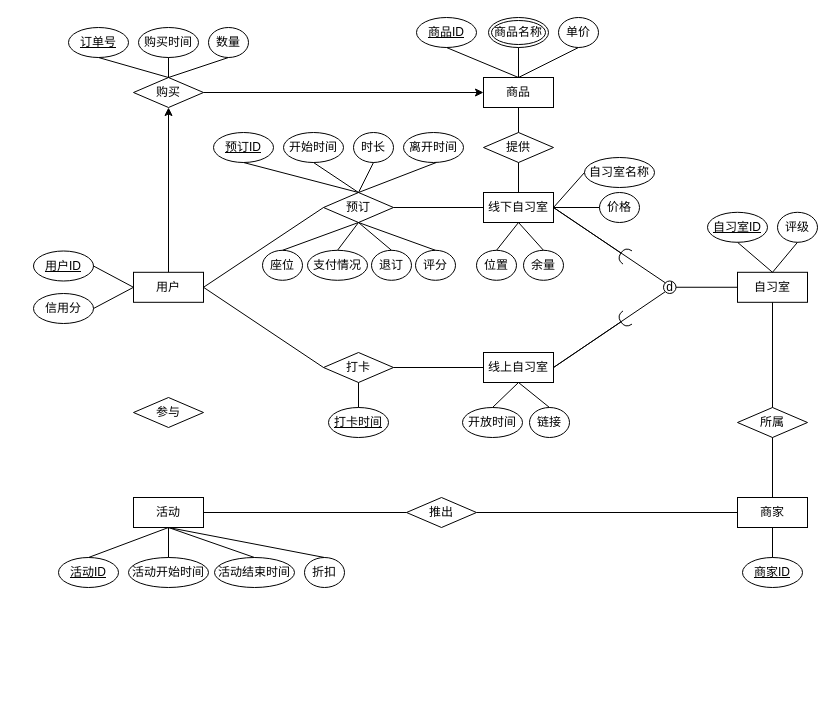
Above: 未命名绘图.drawio in wuhongmei/pic (draw.io), before the change. Source tidied: cells renumbered, new cells numbered last; positions are measured from the earlier drawing's top-left corner, leaving out a move shared by most shapes. Both pictures are drawn from the tidied source at 100%, with x=0, y=0 at pixel (33, 17).
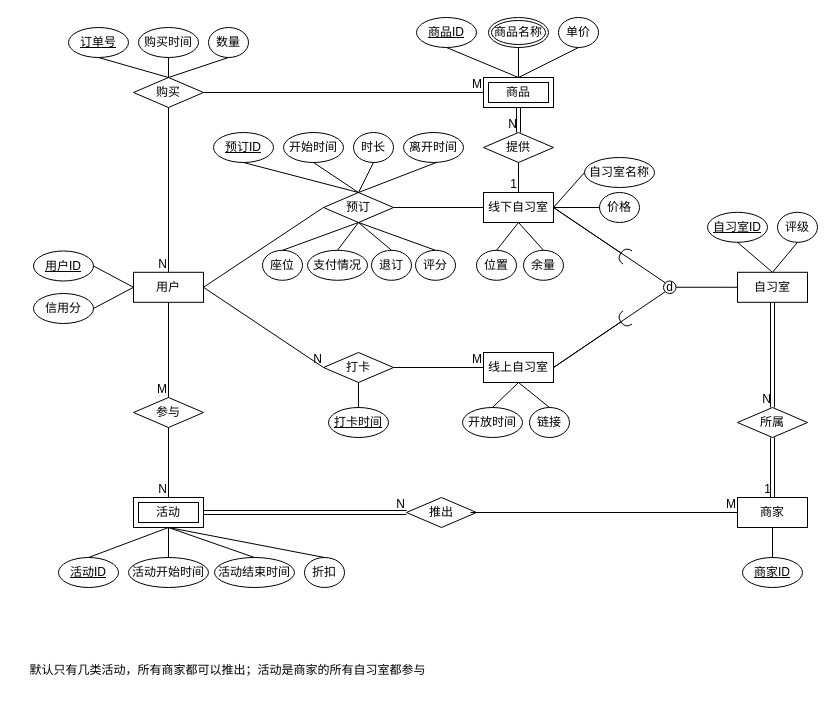
After the change.

The change refers to these unchanged cells:
```xml
<mxCell id="2" value="线上自习室" style="whiteSpace=wrap;html=1;align=center;" parent="1" vertex="1">
  <mxGeometry x="450" y="335" width="70" height="30" as="geometry" />
</mxCell>
<mxCell id="4" value="用户" style="whiteSpace=wrap;html=1;align=center;" parent="1" vertex="1">
  <mxGeometry x="100" y="254.8" width="70" height="30" as="geometry" />
</mxCell>
<mxCell id="5" value="商家" style="whiteSpace=wrap;html=1;align=center;" parent="1" vertex="1">
  <mxGeometry x="704" y="480" width="70" height="30" as="geometry" />
</mxCell>
<mxCell id="7" value="打卡" style="shape=rhombus;perimeter=rhombusPerimeter;whiteSpace=wrap;html=1;align=center;" parent="1" vertex="1">
  <mxGeometry x="290" y="335" width="70" height="30" as="geometry" />
</mxCell>
<mxCell id="8" value="线下自习室" style="whiteSpace=wrap;html=1;align=center;" parent="1" vertex="1">
  <mxGeometry x="450" y="175" width="70" height="30" as="geometry" />
</mxCell>
<mxCell id="9" value="自习室" style="whiteSpace=wrap;html=1;align=center;" parent="1" vertex="1">
  <mxGeometry x="704" y="254.8" width="70" height="30" as="geometry" />
</mxCell>
<mxCell id="18" value="购买" style="shape=rhombus;perimeter=rhombusPerimeter;whiteSpace=wrap;html=1;align=center;" parent="1" vertex="1">
  <mxGeometry x="100" y="60" width="70" height="30" as="geometry" />
</mxCell>
<mxCell id="19" value="提供" style="shape=rhombus;perimeter=rhombusPerimeter;whiteSpace=wrap;html=1;align=center;" parent="1" vertex="1">
  <mxGeometry x="450" y="115" width="70" height="30" as="geometry" />
</mxCell>
<mxCell id="20" value="所属" style="shape=rhombus;perimeter=rhombusPerimeter;whiteSpace=wrap;html=1;align=center;" parent="1" vertex="1">
  <mxGeometry x="704" y="390" width="70" height="30" as="geometry" />
</mxCell>
<mxCell id="22" value="推出" style="shape=rhombus;perimeter=rhombusPerimeter;whiteSpace=wrap;html=1;align=center;" parent="1" vertex="1">
  <mxGeometry x="373" y="480" width="70" height="30" as="geometry" />
</mxCell>
<mxCell id="23" value="参与" style="shape=rhombus;perimeter=rhombusPerimeter;whiteSpace=wrap;html=1;align=center;" parent="1" vertex="1">
  <mxGeometry x="100" y="380" width="70" height="30" as="geometry" />
</mxCell>
<mxCell id="35" value="单价" style="ellipse;whiteSpace=wrap;html=1;align=center;" parent="1" vertex="1">
  <mxGeometry x="525" width="40" height="30" as="geometry" />
</mxCell>
<mxCell id="36" value="商品名称" style="ellipse;shape=doubleEllipse;margin=3;whiteSpace=wrap;html=1;align=center;" parent="1" vertex="1">
  <mxGeometry x="455" width="60" height="30" as="geometry" />
</mxCell>
<mxCell id="37" value="商品ID" style="ellipse;whiteSpace=wrap;html=1;align=center;fontStyle=4;" parent="1" vertex="1">
  <mxGeometry x="383" width="60" height="30" as="geometry" />
</mxCell>
```

Diff of the diagram source:
```diff
@@
+    <mxCell id="6" value="商品" style="shape=ext;margin=3;double=1;whiteSpace=wrap;html=1;align=center;" parent="1" vertex="1">
+      <mxGeometry x="450" y="60" width="70" height="30" as="geometry" />
+    </mxCell>
+    <mxCell id="21" value="活动" style="shape=ext;margin=3;double=1;whiteSpace=wrap;html=1;align=center;" parent="1" vertex="1">
+      <mxGeometry x="100" y="480" width="70" height="30" as="geometry" />
+    </mxCell>
@@
-    <mxCell id="3" style="edgeStyle=orthogonalEdgeStyle;rounded=0;jettySize=auto;html=1;entryX=0.5;entryY=1;entryDx=0;entryDy=0;" parent="1" edge="1" source="4" target="18">
-      <mxGeometry relative="1" as="geometry" />
-    </mxCell>
@@
-    <mxCell id="6" value="商品" style="whiteSpace=wrap;html=1;align=center;" parent="1" vertex="1">
-      <mxGeometry x="450" y="60" width="70" height="30" as="geometry" />
-    </mxCell>
@@
-    <mxCell id="17" style="edgeStyle=orthogonalEdgeStyle;rounded=0;jettySize=auto;html=1;entryX=0;entryY=0.5;entryDx=0;entryDy=0;" parent="1" edge="1" source="18" target="6">
-      <mxGeometry relative="1" as="geometry" />
-    </mxCell>
@@
-    <mxCell id="21" value="活动" style="whiteSpace=wrap;html=1;align=center;" parent="1" vertex="1">
-      <mxGeometry x="100" y="480" width="70" height="30" as="geometry" />
-    </mxCell>
@@
-    <mxCell id="25" style="endArrow=none;html=1;rounded=0;exitX=1;exitY=0.5;exitDx=0;exitDy=0;entryX=0;entryY=0.5;entryDx=0;entryDy=0;" parent="1" edge="1" source="4" target="7">
-      <mxGeometry relative="1" as="geometry" />
-    </mxCell>
@@
-    <mxCell id="27" style="endArrow=none;html=1;rounded=0;entryX=0;entryY=0.5;entryDx=0;entryDy=0;" parent="1" edge="1" target="2">
-      <mxGeometry relative="1" as="geometry">
-        <mxPoint x="360" y="350" as="sourcePoint" />
-      </mxGeometry>
-    </mxCell>
-    <mxCell id="28" style="endArrow=none;html=1;rounded=0;exitX=0.5;exitY=1;exitDx=0;exitDy=0;entryX=0.5;entryY=0;entryDx=0;entryDy=0;" parent="1" edge="1" source="19" target="8">
-      <mxGeometry relative="1" as="geometry" />
-    </mxCell>
-    <mxCell id="29" style="endArrow=none;html=1;rounded=0;exitX=0.5;exitY=1;exitDx=0;exitDy=0;entryX=0.5;entryY=0;entryDx=0;entryDy=0;" parent="1" edge="1" source="6" target="19">
-      <mxGeometry relative="1" as="geometry" />
-    </mxCell>
-    <mxCell id="30" style="endArrow=none;html=1;rounded=0;exitX=0.5;exitY=0;exitDx=0;exitDy=0;entryX=0.5;entryY=1;entryDx=0;entryDy=0;" parent="1" edge="1" source="20" target="9">
-      <mxGeometry relative="1" as="geometry" />
-    </mxCell>
-    <mxCell id="31" style="endArrow=none;html=1;rounded=0;exitX=0.5;exitY=0;exitDx=0;exitDy=0;entryX=0.5;entryY=1;entryDx=0;entryDy=0;" parent="1" edge="1" source="5" target="20">
-      <mxGeometry relative="1" as="geometry" />
-    </mxCell>
-    <mxCell id="32" style="endArrow=none;html=1;rounded=0;exitX=1;exitY=0.5;exitDx=0;exitDy=0;entryX=0;entryY=0.5;entryDx=0;entryDy=0;" parent="1" edge="1" source="22" target="5">
-      <mxGeometry relative="1" as="geometry" />
-    </mxCell>
-    <mxCell id="33" style="endArrow=none;html=1;rounded=0;exitX=1;exitY=0.5;exitDx=0;exitDy=0;entryX=0;entryY=0.5;entryDx=0;entryDy=0;" parent="1" edge="1" source="21" target="22">
-      <mxGeometry relative="1" as="geometry" />
-    </mxCell>
@@
-    <mxCell id="68" style="endArrow=none;html=1;rounded=0;entryX=0.5;entryY=1;entryDx=0;entryDy=0;exitX=0.5;exitY=0;exitDx=0;exitDy=0;" parent="1" edge="1" source="6" target="37">
-      <mxGeometry relative="1" as="geometry" />
+    <mxCell id="68" style="endArrow=none;html=1;rounded=0;entryX=0.5;entryY=1;entryDx=0;entryDy=0;exitX=0.5;exitY=0;exitDx=0;exitDy=0;" parent="1" edge="1" target="37">
+      <mxGeometry relative="1" as="geometry">
+        <mxPoint x="485" y="60" as="sourcePoint" />
+      </mxGeometry>
     </mxCell>
-    <mxCell id="69" style="endArrow=none;html=1;rounded=0;entryX=0.5;entryY=1;entryDx=0;entryDy=0;exitX=0.5;exitY=0;exitDx=0;exitDy=0;" parent="1" edge="1" source="6" target="36">
-      <mxGeometry relative="1" as="geometry" />
+    <mxCell id="69" style="endArrow=none;html=1;rounded=0;entryX=0.5;entryY=1;entryDx=0;entryDy=0;exitX=0.5;exitY=0;exitDx=0;exitDy=0;" parent="1" edge="1" target="36">
+      <mxGeometry relative="1" as="geometry">
+        <mxPoint x="485" y="60" as="sourcePoint" />
+      </mxGeometry>
     </mxCell>
-    <mxCell id="70" style="endArrow=none;html=1;rounded=0;entryX=0.5;entryY=1;entryDx=0;entryDy=0;exitX=0.5;exitY=0;exitDx=0;exitDy=0;" parent="1" edge="1" source="6" target="35">
-      <mxGeometry relative="1" as="geometry" />
+    <mxCell id="70" style="endArrow=none;html=1;rounded=0;entryX=0.5;entryY=1;entryDx=0;entryDy=0;exitX=0.5;exitY=0;exitDx=0;exitDy=0;" parent="1" edge="1" target="35">
+      <mxGeometry relative="1" as="geometry">
+        <mxPoint x="485" y="60" as="sourcePoint" />
+      </mxGeometry>
     </mxCell>
@@
+    <mxCell id="94" style="endArrow=none;html=1;rounded=0;exitX=0.5;exitY=1;exitDx=0;exitDy=0;entryX=0.5;entryY=0;entryDx=0;entryDy=0;" parent="1" edge="1" source="23" target="21">
+      <mxGeometry relative="1" as="geometry" />
+    </mxCell>
+    <mxCell id="95" value="N" style="html=1;whiteSpace=wrap;align=right;verticalAlign=bottom;" parent="94" vertex="1">
+      <mxGeometry x="1" relative="1" as="geometry" />
+    </mxCell>
+    <mxCell id="96" style="endArrow=none;html=1;rounded=0;exitX=0.5;exitY=1;exitDx=0;exitDy=0;entryX=0.5;entryY=0;entryDx=0;entryDy=0;" parent="1" edge="1" source="4" target="23">
+      <mxGeometry relative="1" as="geometry" />
+    </mxCell>
+    <mxCell id="97" value="M" style="html=1;whiteSpace=wrap;align=right;verticalAlign=bottom;" parent="96" vertex="1">
+      <mxGeometry x="1" relative="1" as="geometry" />
+    </mxCell>
+    <mxCell id="98" style="shape=link;html=1;rounded=0;exitX=1;exitY=0.5;exitDx=0;exitDy=0;entryX=0;entryY=0.5;entryDx=0;entryDy=0;" parent="1" edge="1" target="22">
+      <mxGeometry relative="1" as="geometry">
+        <mxPoint x="170" y="495" as="sourcePoint" />
+      </mxGeometry>
+    </mxCell>
+    <mxCell id="99" value="N" style="html=1;whiteSpace=wrap;align=right;verticalAlign=bottom;" parent="98" vertex="1">
+      <mxGeometry x="1" relative="1" as="geometry" />
+    </mxCell>
+    <mxCell id="32" style="endArrow=none;html=1;rounded=0;exitX=0.914;exitY=0.5;exitDx=0;exitDy=0;exitPerimeter=0;entryX=0;entryY=0.5;entryDx=0;entryDy=0;" parent="1" edge="1" source="22" target="5">
+      <mxGeometry relative="1" as="geometry" />
+    </mxCell>
+    <mxCell id="100" value="M" style="html=1;whiteSpace=wrap;align=right;verticalAlign=bottom;" parent="32" vertex="1">
+      <mxGeometry x="1" relative="1" as="geometry" />
+    </mxCell>
+    <mxCell id="101" value="默认只有几类活动，所有商家都可以推出；活动是商家的所有自习室都参与" style="text;html=1;align=center;verticalAlign=middle;strokeColor=none;fillColor=none;" parent="1" vertex="1">
+      <mxGeometry x="-16" y="638" width="420" height="30" as="geometry" />
+    </mxCell>
+    <mxCell id="102" style="shape=link;html=1;rounded=0;exitX=0.5;exitY=1;exitDx=0;exitDy=0;entryX=0.5;entryY=0;entryDx=0;entryDy=0;" parent="1" edge="1" source="20" target="5">
+      <mxGeometry relative="1" as="geometry" />
+    </mxCell>
+    <mxCell id="103" value="1" style="html=1;whiteSpace=wrap;align=right;verticalAlign=bottom;" parent="102" vertex="1">
+      <mxGeometry x="1" relative="1" as="geometry" />
+    </mxCell>
+    <mxCell id="104" style="shape=link;html=1;rounded=0;entryX=0.5;entryY=0;entryDx=0;entryDy=0;exitX=0.5;exitY=1;exitDx=0;exitDy=0;" parent="1" edge="1" source="9" target="20">
+      <mxGeometry relative="1" as="geometry" />
+    </mxCell>
+    <mxCell id="105" value="N" style="html=1;whiteSpace=wrap;align=right;verticalAlign=bottom;" parent="104" vertex="1">
+      <mxGeometry x="1" relative="1" as="geometry" />
+    </mxCell>
+    <mxCell id="28" style="endArrow=none;html=1;rounded=0;exitX=0.5;exitY=1;exitDx=0;exitDy=0;" parent="1" edge="1" source="19" target="8">
+      <mxGeometry relative="1" as="geometry" />
+    </mxCell>
+    <mxCell id="106" value="1" style="html=1;whiteSpace=wrap;align=right;verticalAlign=bottom;" parent="28" vertex="1">
+      <mxGeometry x="1" relative="1" as="geometry" />
+    </mxCell>
+    <mxCell id="29" style="shape=link;html=1;rounded=0;exitX=0.5;exitY=1;exitDx=0;exitDy=0;entryX=0.5;entryY=0;entryDx=0;entryDy=0;" parent="1" edge="1" source="6" target="19">
+      <mxGeometry relative="1" as="geometry" />
+    </mxCell>
+    <mxCell id="107" value="N" style="html=1;whiteSpace=wrap;align=right;verticalAlign=bottom;" parent="29" vertex="1">
+      <mxGeometry x="1" relative="1" as="geometry" />
+    </mxCell>
+    <mxCell id="108" style="endArrow=none;html=1;rounded=0;exitX=1;exitY=0.5;exitDx=0;exitDy=0;entryX=0;entryY=0.5;entryDx=0;entryDy=0;" parent="1" edge="1" source="7" target="2">
+      <mxGeometry relative="1" as="geometry" />
+    </mxCell>
+    <mxCell id="109" value="M" style="html=1;whiteSpace=wrap;align=right;verticalAlign=bottom;" parent="108" vertex="1">
+      <mxGeometry x="1" relative="1" as="geometry" />
+    </mxCell>
+    <mxCell id="25" style="endArrow=none;html=1;rounded=0;exitX=1;exitY=0.5;exitDx=0;exitDy=0;entryX=0;entryY=0.5;entryDx=0;entryDy=0;" parent="1" edge="1" source="4" target="7">
+      <mxGeometry relative="1" as="geometry" />
+    </mxCell>
+    <mxCell id="110" value="N" style="html=1;whiteSpace=wrap;align=right;verticalAlign=bottom;" parent="25" vertex="1">
+      <mxGeometry x="1" relative="1" as="geometry" />
+    </mxCell>
+    <mxCell id="111" style="endArrow=none;html=1;rounded=0;exitX=0.5;exitY=1;exitDx=0;exitDy=0;entryX=0.5;entryY=0;entryDx=0;entryDy=0;" parent="1" edge="1" source="18" target="4">
+      <mxGeometry relative="1" as="geometry" />
+    </mxCell>
+    <mxCell id="112" value="N" style="html=1;whiteSpace=wrap;align=right;verticalAlign=bottom;" parent="111" vertex="1">
+      <mxGeometry x="1" relative="1" as="geometry" />
+    </mxCell>
+    <mxCell id="17" style="endArrow=none;html=1;rounded=0;exitX=1;exitY=0.5;exitDx=0;exitDy=0;entryX=0;entryY=0.5;entryDx=0;entryDy=0;" parent="1" edge="1" source="18" target="6">
+      <mxGeometry relative="1" as="geometry" />
+    </mxCell>
+    <mxCell id="113" value="M" style="html=1;whiteSpace=wrap;align=right;verticalAlign=bottom;" parent="17" vertex="1">
+      <mxGeometry x="1" relative="1" as="geometry" />
+    </mxCell>
```
